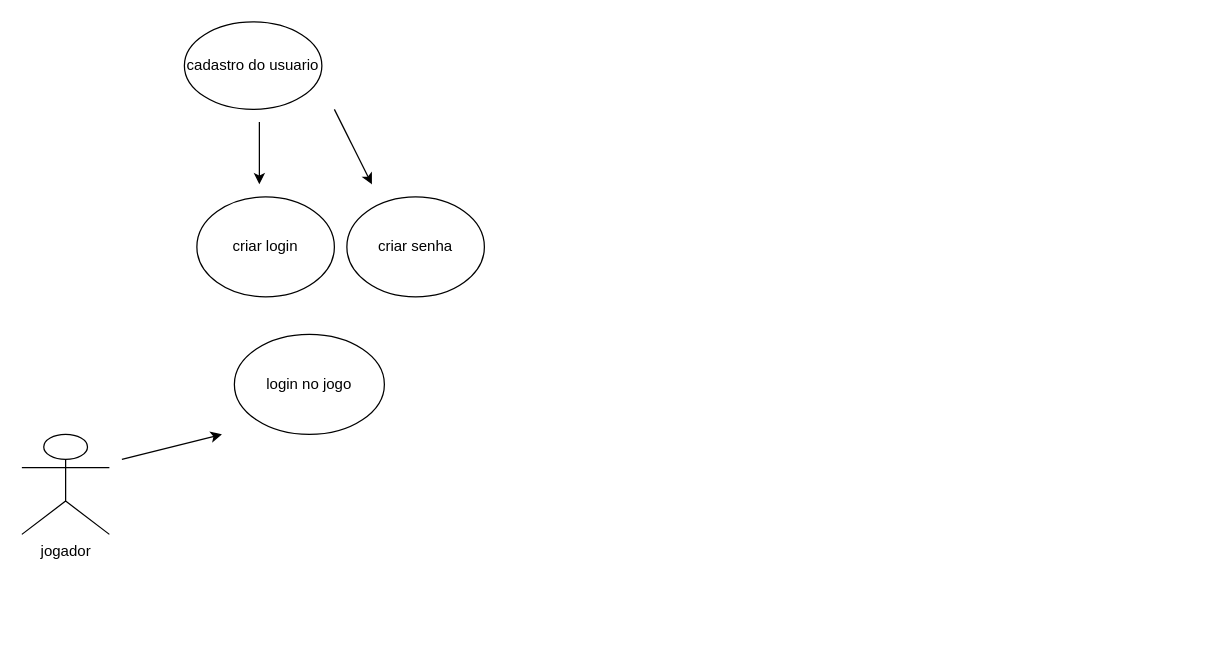
Before: page "Página-5" (5 of 5) of Diagramaaula.drawio in Gustavo2104ZV/diagramasderequisitos, a draw.io diagram. Source tidied: cells renumbered, new cells numbered last; positions are measured from the earlier drawing's top-left corner, leaving out a move shared by most shapes. Both pictures are drawn from the tidied source at 125%, with x=0, y=0 at pixel (21, 21).
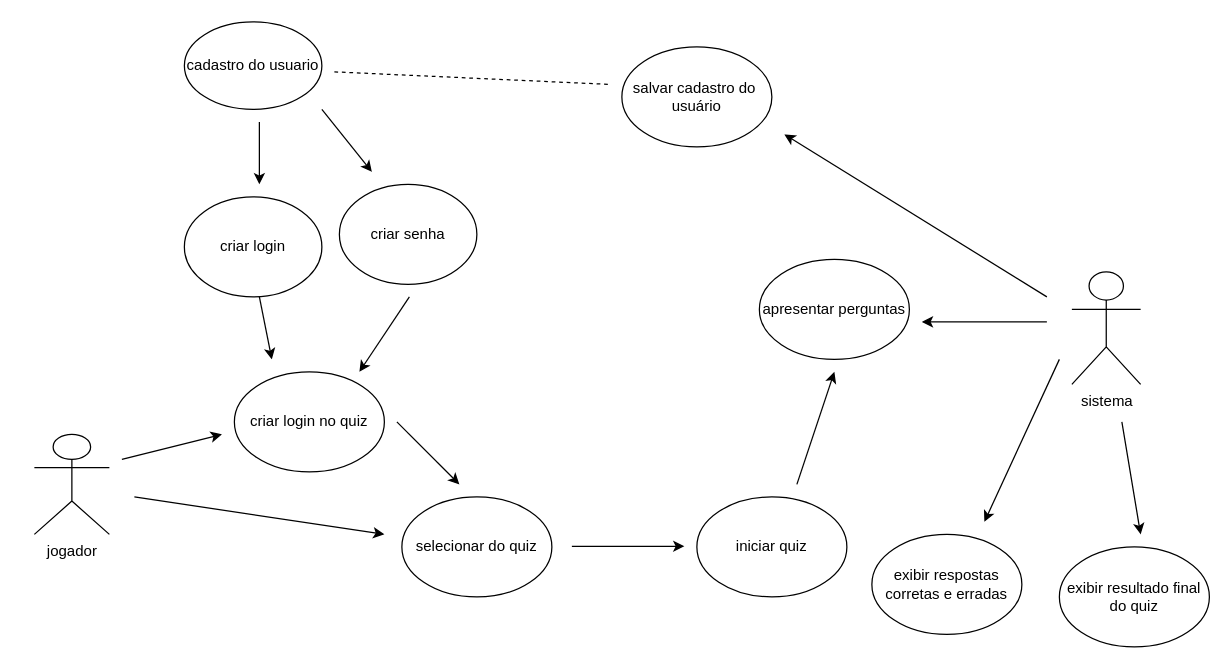
Above is the later version.

Diff of the diagram source:
```diff
@@
     <mxCell id="2" value="jogador" style="shape=umlActor;verticalLabelPosition=bottom;verticalAlign=top;html=1;" parent="1" vertex="1">
-      <mxGeometry y="330" width="70" height="80" as="geometry" />
+      <mxGeometry x="10" y="330" width="60" height="80" as="geometry" />
     </mxCell>
@@
     <mxCell id="6" value="criar login" style="ellipse;whiteSpace=wrap;html=1;" parent="1" vertex="1">
-      <mxGeometry x="140" y="140" width="110" height="80" as="geometry" />
+      <mxGeometry x="130" y="140" width="110" height="80" as="geometry" />
     </mxCell>
     <mxCell id="7" value="criar senha" style="ellipse;whiteSpace=wrap;html=1;" parent="1" vertex="1">
-      <mxGeometry x="260" y="140" width="110" height="80" as="geometry" />
+      <mxGeometry x="254" y="130" width="110" height="80" as="geometry" />
     </mxCell>
     <mxCell id="8" style="endArrow=classic;html=1;rounded=0;" parent="1" edge="1">
       <mxGeometry relative="1" as="geometry">
-        <mxPoint x="250" y="70" as="sourcePoint" />
-        <mxPoint x="280" y="130" as="targetPoint" />
+        <mxPoint x="240" y="70" as="sourcePoint" />
+        <mxPoint x="280" y="120" as="targetPoint" />
       </mxGeometry>
     </mxCell>
-    <mxCell id="9" value="login no jogo" style="ellipse;whiteSpace=wrap;html=1;" parent="1" vertex="1">
-      <mxGeometry x="170" y="250" width="120" height="80" as="geometry" />
+    <mxCell id="9" value="criar login no quiz" style="ellipse;whiteSpace=wrap;html=1;" parent="1" vertex="1">
+      <mxGeometry x="170" y="280" width="120" height="80" as="geometry" />
     </mxCell>
+    <mxCell id="10" style="endArrow=classic;html=1;rounded=0;" parent="1" edge="1">
+      <mxGeometry relative="1" as="geometry">
+        <mxPoint x="310" y="220" as="sourcePoint" />
+        <mxPoint x="270" y="280" as="targetPoint" />
+      </mxGeometry>
+    </mxCell>
+    <mxCell id="11" style="endArrow=classic;html=1;rounded=0;" parent="1" edge="1">
+      <mxGeometry relative="1" as="geometry">
+        <mxPoint x="190" y="220" as="sourcePoint" />
+        <mxPoint x="200" y="270" as="targetPoint" />
+        <Array as="points">
+          <mxPoint x="200" y="270" />
+        </Array>
+      </mxGeometry>
+    </mxCell>
+    <mxCell id="12" value="selecionar do quiz" style="ellipse;whiteSpace=wrap;html=1;" parent="1" vertex="1">
+      <mxGeometry x="304" y="380" width="120" height="80" as="geometry" />
+    </mxCell>
+    <mxCell id="13" style="endArrow=classic;html=1;rounded=0;" parent="1" edge="1">
+      <mxGeometry relative="1" as="geometry">
+        <mxPoint x="300" y="320" as="sourcePoint" />
+        <mxPoint x="350" y="370" as="targetPoint" />
+      </mxGeometry>
+    </mxCell>
+    <mxCell id="14" style="endArrow=classic;html=1;rounded=0;" parent="1" edge="1">
+      <mxGeometry relative="1" as="geometry">
+        <mxPoint x="440" y="419.5" as="sourcePoint" />
+        <mxPoint x="530" y="419.5" as="targetPoint" />
+      </mxGeometry>
+    </mxCell>
+    <mxCell id="15" value="iniciar quiz" style="ellipse;whiteSpace=wrap;html=1;" parent="1" vertex="1">
+      <mxGeometry x="540" y="380" width="120" height="80" as="geometry" />
+    </mxCell>
+    <mxCell id="16" style="endArrow=classic;html=1;rounded=0;" parent="1" edge="1">
+      <mxGeometry relative="1" as="geometry">
+        <mxPoint x="90" y="380" as="sourcePoint" />
+        <mxPoint x="290" y="410" as="targetPoint" />
+      </mxGeometry>
+    </mxCell>
+    <mxCell id="17" style="endArrow=classic;html=1;rounded=0;" parent="1" edge="1">
+      <mxGeometry relative="1" as="geometry">
+        <mxPoint x="620" y="370" as="sourcePoint" />
+        <mxPoint x="650" y="280" as="targetPoint" />
+      </mxGeometry>
+    </mxCell>
+    <mxCell id="18" value="apresentar perguntas" style="ellipse;whiteSpace=wrap;html=1;" parent="1" vertex="1">
+      <mxGeometry x="590" y="190" width="120" height="80" as="geometry" />
+    </mxCell>
+    <mxCell id="19" style="endArrow=classic;html=1;rounded=0;" parent="1" edge="1">
+      <mxGeometry relative="1" as="geometry">
+        <mxPoint x="820" y="240" as="sourcePoint" />
+        <mxPoint x="720" y="240" as="targetPoint" />
+      </mxGeometry>
+    </mxCell>
+    <mxCell id="20" value="sistema" style="shape=umlActor;verticalLabelPosition=bottom;verticalAlign=top;html=1;" parent="1" vertex="1">
+      <mxGeometry x="840" y="200" width="55" height="90" as="geometry" />
+    </mxCell>
+    <mxCell id="21" value="exibir resultado final&lt;div&gt;do quiz&lt;/div&gt;" style="ellipse;whiteSpace=wrap;html=1;" parent="1" vertex="1">
+      <mxGeometry x="830" y="420" width="120" height="80" as="geometry" />
+    </mxCell>
+    <mxCell id="22" value="salvar cadastro do&amp;nbsp;&lt;div&gt;usuário&lt;/div&gt;" style="ellipse;whiteSpace=wrap;html=1;" parent="1" vertex="1">
+      <mxGeometry x="480" y="20" width="120" height="80" as="geometry" />
+    </mxCell>
+    <mxCell id="23" style="endArrow=classic;html=1;rounded=0;" parent="1" edge="1">
+      <mxGeometry relative="1" as="geometry">
+        <mxPoint x="820" y="220" as="sourcePoint" />
+        <mxPoint x="610" y="90" as="targetPoint" />
+      </mxGeometry>
+    </mxCell>
+    <mxCell id="24" style="endArrow=none;dashed=1;html=1;rounded=0;" parent="1" edge="1">
+      <mxGeometry relative="1" as="geometry">
+        <mxPoint x="250" y="40" as="sourcePoint" />
+        <mxPoint x="470" y="50" as="targetPoint" />
+      </mxGeometry>
+    </mxCell>
+    <mxCell id="25" value="exibir respostas&lt;div&gt;corretas e erradas&lt;/div&gt;" style="ellipse;whiteSpace=wrap;html=1;" parent="1" vertex="1">
+      <mxGeometry x="680" y="410" width="120" height="80" as="geometry" />
+    </mxCell>
+    <mxCell id="26" style="endArrow=classic;html=1;rounded=0;" parent="1" edge="1">
+      <mxGeometry relative="1" as="geometry">
+        <mxPoint x="830" y="270" as="sourcePoint" />
+        <mxPoint x="770" y="400" as="targetPoint" />
+      </mxGeometry>
+    </mxCell>
+    <mxCell id="27" style="endArrow=classic;html=1;rounded=0;" parent="1" edge="1">
+      <mxGeometry relative="1" as="geometry">
+        <mxPoint x="880" y="320" as="sourcePoint" />
+        <mxPoint x="895" y="410" as="targetPoint" />
+      </mxGeometry>
+    </mxCell>
```
